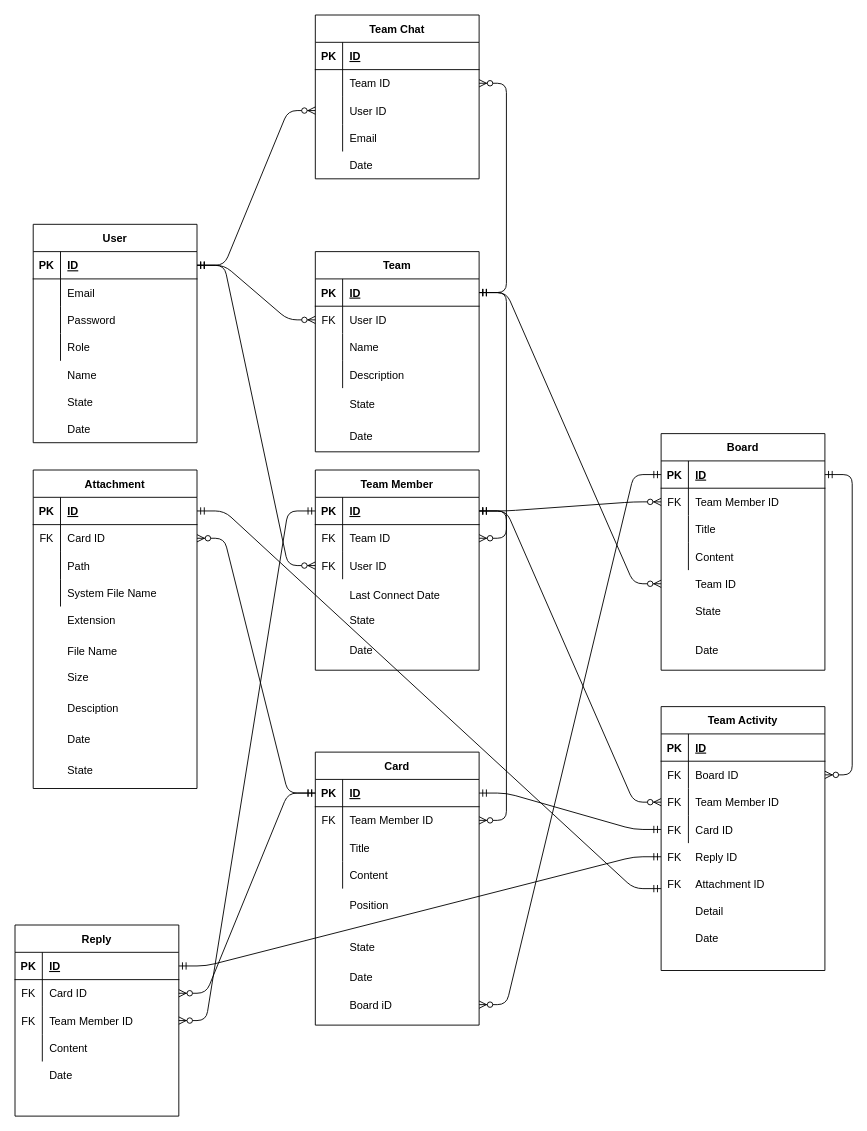
Before: plan/Logical Diagram.drawio in donghyeon0725/slack_practice, a draw.io diagram. Source tidied: cells renumbered, new cells numbered last; positions are measured from the earlier drawing's top-left corner, leaving out a move shared by most shapes. Both pictures are drawn from the tidied source at 91%, with x=0, y=0 at pixel (15, 15).
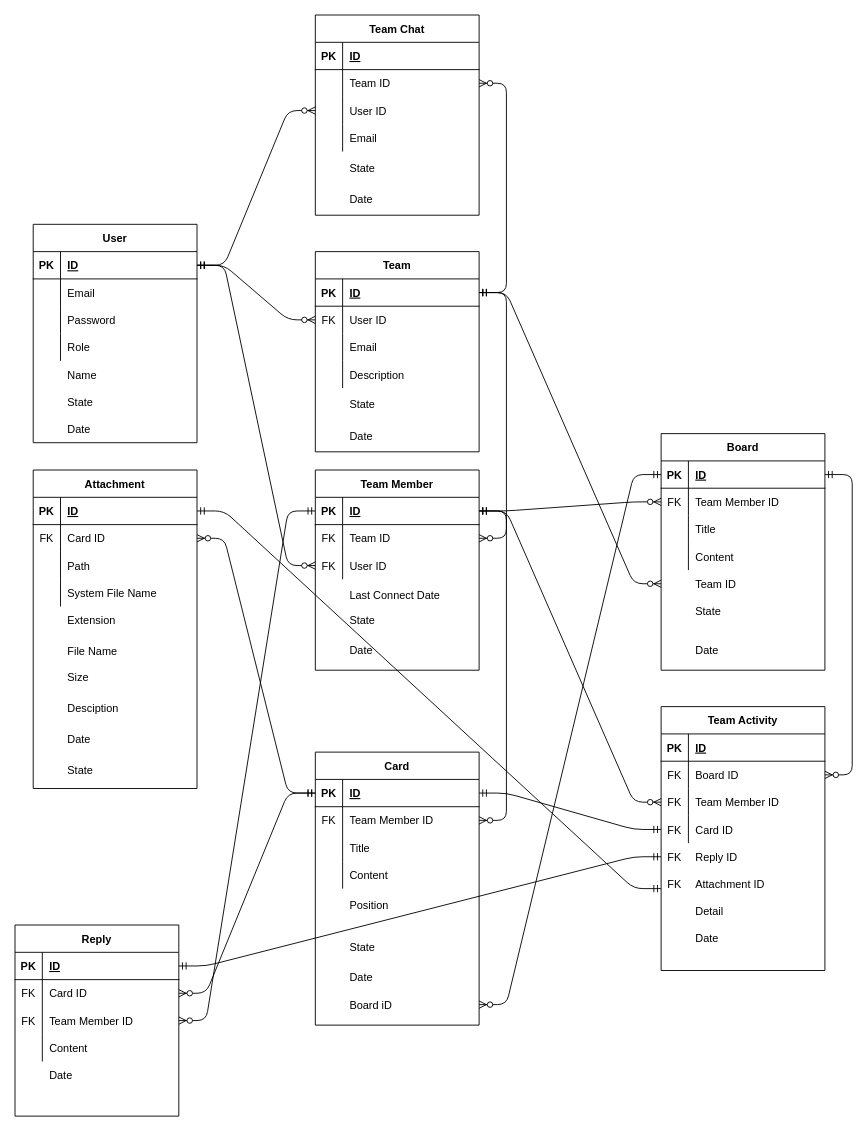
After the change.

Unchanged cells that the change refers to:
```xml
<mxCell id="111" style="shape=partialRectangle;fillColor=none;top=0;left=0;bottom=0;right=0;" parent="104" vertex="1">
  <mxGeometry y="90" width="180" height="30" as="geometry" />
</mxCell>
```

Diff of the diagram source:
```diff
@@
-    <mxCell id="113" value="Name" style="shape=partialRectangle;fillColor=none;top=0;left=0;bottom=0;right=0;align=left;spacingLeft=6;overflow=hidden;" parent="111" vertex="1">
+    <mxCell id="113" value="Email" style="shape=partialRectangle;fillColor=none;top=0;left=0;bottom=0;right=0;align=left;spacingLeft=6;overflow=hidden;" parent="111" vertex="1">
       <mxGeometry x="30" width="150" height="30" as="geometry" />
     </mxCell>
@@
     <mxCell id="226" style="group;" parent="1" vertex="1">
-      <mxGeometry x="330" width="180" height="180" as="geometry" />
+      <mxGeometry x="330" width="180" height="220" as="geometry" />
     </mxCell>
+    <mxCell id="240" style="shape=partialRectangle;fillColor=none;top=0;left=0;bottom=0;right=0;" parent="226" vertex="1">
+      <mxGeometry y="183.3" width="180" height="36.7" as="geometry" />
+    </mxCell>
+    <mxCell id="241" style="shape=partialRectangle;fillColor=none;top=0;left=0;bottom=0;right=0;overflow=hidden;" parent="240" vertex="1">
+      <mxGeometry width="30" height="36.7" as="geometry" />
+    </mxCell>
+    <mxCell id="242" value="Date" style="shape=partialRectangle;fillColor=none;top=0;left=0;bottom=0;right=0;align=left;spacingLeft=6;overflow=hidden;" parent="240" vertex="1">
+      <mxGeometry x="30" width="150" height="36.7" as="geometry" />
+    </mxCell>
+    <mxCell id="245" style="group;" parent="226" vertex="1">
+      <mxGeometry width="180" height="220" as="geometry" />
+    </mxCell>
-    <mxCell id="227" value="Team Chat" style="shape=table;startSize=30;childLayout=tableLayout;rowLines=0;fontStyle=1;align=center;" parent="226" vertex="1">
-      <mxGeometry width="180" height="180" as="geometry" />
+    <mxCell id="227" value="Team Chat" style="shape=table;startSize=30;childLayout=tableLayout;rowLines=0;fontStyle=1;align=center;" parent="245" vertex="1">
+      <mxGeometry width="180" height="220" as="geometry" />
     </mxCell>
@@
-    <mxCell id="240" style="shape=partialRectangle;fillColor=none;top=0;left=0;bottom=0;right=0;" parent="226" vertex="1">
-      <mxGeometry y="150" width="180" height="30" as="geometry" />
-    </mxCell>
-    <mxCell id="241" style="shape=partialRectangle;fillColor=none;top=0;left=0;bottom=0;right=0;overflow=hidden;" parent="240" vertex="1">
-      <mxGeometry width="30" height="30" as="geometry" />
-    </mxCell>
-    <mxCell id="242" value="Date" style="shape=partialRectangle;fillColor=none;top=0;left=0;bottom=0;right=0;align=left;spacingLeft=6;overflow=hidden;" parent="240" vertex="1">
-      <mxGeometry x="30" width="150" height="30" as="geometry" />
-    </mxCell>
+    <mxCell id="246" style="shape=partialRectangle;fillColor=none;top=0;left=0;bottom=0;right=0;" parent="245" vertex="1">
+      <mxGeometry y="153.3" width="180" height="30" as="geometry" />
+    </mxCell>
+    <mxCell id="247" style="shape=partialRectangle;fillColor=none;top=0;left=0;bottom=0;right=0;overflow=hidden;" parent="246" vertex="1">
+      <mxGeometry width="30" height="30" as="geometry" />
+    </mxCell>
+    <mxCell id="248" value="State" style="shape=partialRectangle;fillColor=none;top=0;left=0;bottom=0;right=0;align=left;spacingLeft=6;overflow=hidden;" parent="246" vertex="1">
+      <mxGeometry x="30" width="150" height="30" as="geometry" />
+    </mxCell>
```
